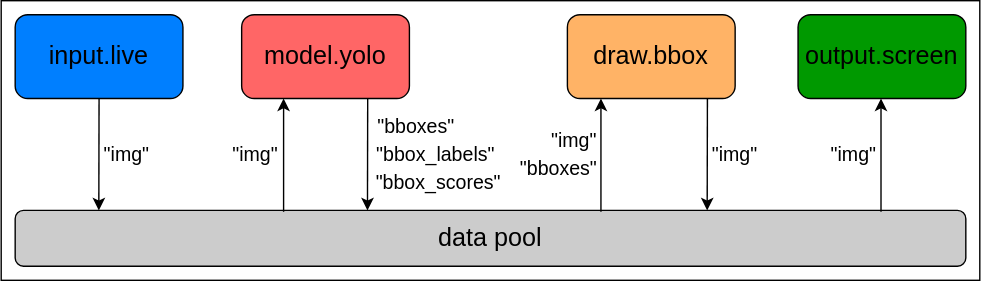
Earlier version of the draw.io export diagrams/yolo_demo.drawio.svg (aisingapore/PeekingDuck). Source tidied: cells renumbered, new cells last; positions are measured from the earlier drawing's top-left corner, leaving out a move shared by most shapes. Source of this version:
```xml
<mxGraphModel>
  <root>
    <mxCell id="0" />
    <mxCell id="1" parent="0" />
    <mxCell id="2" style="whiteSpace=wrap;html=1;" parent="1" vertex="1">
      <mxGeometry width="700" height="200" as="geometry" />
    </mxCell>
    <mxCell id="3" value="&lt;font style=&quot;font-size: 18px&quot;&gt;input.live&lt;/font&gt;" style="rounded=1;whiteSpace=wrap;html=1;fillColor=#007fff;" parent="1" vertex="1">
      <mxGeometry x="10" y="10" width="120" height="60" as="geometry" />
    </mxCell>
    <mxCell id="4" value="&lt;font style=&quot;font-size: 18px&quot;&gt;model.yolo&lt;/font&gt;" style="rounded=1;whiteSpace=wrap;html=1;fillColor=#FF6666;" parent="1" vertex="1">
      <mxGeometry x="172" y="10" width="120" height="60" as="geometry" />
    </mxCell>
    <mxCell id="5" value="&lt;font style=&quot;font-size: 18px&quot;&gt;draw.bbox&lt;/font&gt;" style="rounded=1;whiteSpace=wrap;html=1;fillColor=#ffb366;" parent="1" vertex="1">
      <mxGeometry x="405" y="10" width="120" height="60" as="geometry" />
    </mxCell>
    <mxCell id="6" value="&lt;font style=&quot;font-size: 18px&quot;&gt;data pool&lt;/font&gt;" style="rounded=1;whiteSpace=wrap;html=1;fillColor=#CCCCCC;" parent="1" vertex="1">
      <mxGeometry x="10" y="150" width="680" height="40" as="geometry" />
    </mxCell>
    <mxCell id="7" style="endArrow=classic;html=1;exitX=0.5;exitY=1;exitDx=0;exitDy=0;entryX=0.088;entryY=0;entryDx=0;entryDy=0;entryPerimeter=0;" parent="1" edge="1" source="3" target="6">
      <mxGeometry relative="1" as="geometry" />
    </mxCell>
    <mxCell id="8" style="endArrow=classic;html=1;entryX=0.25;entryY=1;entryDx=0;entryDy=0;" parent="1" edge="1" target="4">
      <mxGeometry relative="1" as="geometry">
        <mxPoint x="202" y="151" as="sourcePoint" />
      </mxGeometry>
    </mxCell>
    <mxCell id="9" style="endArrow=classic;html=1;exitX=0.5;exitY=1;exitDx=0;exitDy=0;entryX=0.088;entryY=0;entryDx=0;entryDy=0;entryPerimeter=0;" parent="1" edge="1">
      <mxGeometry relative="1" as="geometry">
        <mxPoint x="262.2" y="70" as="sourcePoint" />
        <mxPoint x="262" y="150" as="targetPoint" />
      </mxGeometry>
    </mxCell>
    <mxCell id="10" style="endArrow=classic;html=1;entryX=0.25;entryY=1;entryDx=0;entryDy=0;" parent="1" edge="1">
      <mxGeometry relative="1" as="geometry">
        <mxPoint x="429" y="151" as="sourcePoint" />
        <mxPoint x="429" y="70" as="targetPoint" />
      </mxGeometry>
    </mxCell>
    <mxCell id="11" style="endArrow=classic;html=1;exitX=0.5;exitY=1;exitDx=0;exitDy=0;entryX=0.088;entryY=0;entryDx=0;entryDy=0;entryPerimeter=0;" parent="1" edge="1">
      <mxGeometry relative="1" as="geometry">
        <mxPoint x="505.2" y="70" as="sourcePoint" />
        <mxPoint x="505" y="150" as="targetPoint" />
      </mxGeometry>
    </mxCell>
    <mxCell id="12" style="endArrow=classic;html=1;entryX=0.25;entryY=1;entryDx=0;entryDy=0;" parent="1" edge="1">
      <mxGeometry relative="1" as="geometry">
        <mxPoint x="629.3" y="151" as="sourcePoint" />
        <mxPoint x="629.3" y="70" as="targetPoint" />
      </mxGeometry>
    </mxCell>
    <mxCell id="13" value="&lt;font style=&quot;font-size: 14px&quot;&gt;&quot;img&quot;&lt;/font&gt;" style="text;html=1;strokeColor=none;fillColor=none;align=center;verticalAlign=middle;whiteSpace=wrap;rounded=0;" parent="1" vertex="1">
      <mxGeometry x="70" y="100" width="40" height="20" as="geometry" />
    </mxCell>
    <mxCell id="14" value="&lt;font style=&quot;font-size: 14px&quot;&gt;&quot;img&quot;&lt;/font&gt;" style="text;html=1;strokeColor=none;fillColor=none;align=center;verticalAlign=middle;whiteSpace=wrap;rounded=0;" parent="1" vertex="1">
      <mxGeometry x="162" y="100" width="40" height="20" as="geometry" />
    </mxCell>
    <mxCell id="15" value="&lt;font style=&quot;font-size: 14px&quot;&gt;&quot;bboxes&quot;&lt;/font&gt;" style="text;html=1;strokeColor=none;fillColor=none;align=center;verticalAlign=middle;whiteSpace=wrap;rounded=0;" parent="1" vertex="1">
      <mxGeometry x="262" y="80" width="70" height="20" as="geometry" />
    </mxCell>
    <mxCell id="16" value="&lt;font style=&quot;font-size: 14px&quot;&gt;&quot;bbox_labels&quot;&lt;/font&gt;" style="text;html=1;strokeColor=none;fillColor=none;align=center;verticalAlign=middle;whiteSpace=wrap;rounded=0;" parent="1" vertex="1">
      <mxGeometry x="276" y="100" width="70" height="20" as="geometry" />
    </mxCell>
    <mxCell id="17" value="&lt;font style=&quot;font-size: 14px&quot;&gt;&quot;bbox_scores&quot;&lt;/font&gt;" style="text;html=1;strokeColor=none;fillColor=none;align=center;verticalAlign=middle;whiteSpace=wrap;rounded=0;" parent="1" vertex="1">
      <mxGeometry x="278" y="120" width="70" height="20" as="geometry" />
    </mxCell>
    <mxCell id="18" value="&lt;font style=&quot;font-size: 14px&quot;&gt;&quot;img&quot;&lt;/font&gt;" style="text;html=1;strokeColor=none;fillColor=none;align=center;verticalAlign=middle;whiteSpace=wrap;rounded=0;" parent="1" vertex="1">
      <mxGeometry x="390" y="90" width="40" height="20" as="geometry" />
    </mxCell>
    <mxCell id="19" value="&lt;font style=&quot;font-size: 14px&quot;&gt;&quot;bboxes&quot;&lt;/font&gt;" style="text;html=1;strokeColor=none;fillColor=none;align=center;verticalAlign=middle;whiteSpace=wrap;rounded=0;" parent="1" vertex="1">
      <mxGeometry x="364" y="110" width="70" height="20" as="geometry" />
    </mxCell>
    <mxCell id="20" value="&lt;font style=&quot;font-size: 14px&quot;&gt;&quot;img&quot;&lt;/font&gt;" style="text;html=1;strokeColor=none;fillColor=none;align=center;verticalAlign=middle;whiteSpace=wrap;rounded=0;" parent="1" vertex="1">
      <mxGeometry x="505" y="100" width="40" height="20" as="geometry" />
    </mxCell>
    <mxCell id="21" value="&lt;font style=&quot;font-size: 14px&quot;&gt;&quot;img&quot;&lt;/font&gt;" style="text;html=1;strokeColor=none;fillColor=none;align=center;verticalAlign=middle;whiteSpace=wrap;rounded=0;" parent="1" vertex="1">
      <mxGeometry x="590" y="100" width="40" height="20" as="geometry" />
    </mxCell>
    <mxCell id="22" value="&lt;font style=&quot;font-size: 18px&quot;&gt;output.screen&lt;/font&gt;" style="rounded=1;whiteSpace=wrap;html=1;fillColor=#009900;" parent="1" vertex="1">
      <mxGeometry x="570" y="10" width="120" height="60" as="geometry" />
    </mxCell>
  </root>
</mxGraphModel>
```
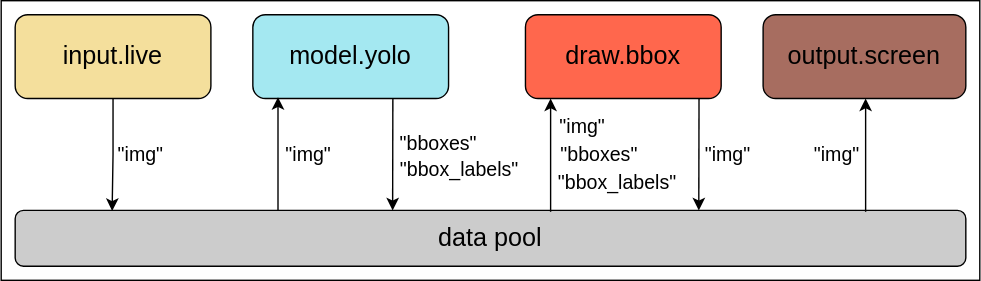
Later version of the same file.

Commit message:
docs(packaging): Changed 'heuristic' nodes to 'dabble' and updated colour scheme of diagrams

Change to the diagram source:
```diff
@@ -5,79 +5,80 @@
     <mxCell id="2" style="whiteSpace=wrap;html=1;" parent="1" vertex="1">
       <mxGeometry width="700" height="200" as="geometry" />
     </mxCell>
+    <mxCell id="7" style="edgeStyle=orthogonalEdgeStyle;rounded=0;jettySize=auto;html=1;exitX=0.5;exitY=1;exitDx=0;exitDy=0;entryX=0.102;entryY=0.009;entryDx=0;entryDy=0;entryPerimeter=0;" parent="1" edge="1" source="3" target="6">
+      <mxGeometry relative="1" as="geometry" />
+    </mxCell>
-    <mxCell id="3" value="&lt;font style=&quot;font-size: 18px&quot;&gt;input.live&lt;/font&gt;" style="rounded=1;whiteSpace=wrap;html=1;fillColor=#007fff;" parent="1" vertex="1">
-      <mxGeometry x="10" y="10" width="120" height="60" as="geometry" />
+    <mxCell id="3" value="&lt;font style=&quot;font-size: 18px&quot;&gt;input.live&lt;/font&gt;" style="rounded=1;whiteSpace=wrap;html=1;fillColor=#F4DF9C;" parent="1" vertex="1">
+      <mxGeometry x="10" y="10" width="140" height="60" as="geometry" />
     </mxCell>
-    <mxCell id="4" value="&lt;font style=&quot;font-size: 18px&quot;&gt;model.yolo&lt;/font&gt;" style="rounded=1;whiteSpace=wrap;html=1;fillColor=#FF6666;" parent="1" vertex="1">
-      <mxGeometry x="172" y="10" width="120" height="60" as="geometry" />
+    <mxCell id="4" value="&lt;font style=&quot;font-size: 18px&quot;&gt;model.yolo&lt;/font&gt;" style="rounded=1;whiteSpace=wrap;html=1;fillColor=#A4E8F1;" parent="1" vertex="1">
+      <mxGeometry x="180" y="10" width="140" height="60" as="geometry" />
     </mxCell>
-    <mxCell id="5" value="&lt;font style=&quot;font-size: 18px&quot;&gt;draw.bbox&lt;/font&gt;" style="rounded=1;whiteSpace=wrap;html=1;fillColor=#ffb366;" parent="1" vertex="1">
-      <mxGeometry x="405" y="10" width="120" height="60" as="geometry" />
+    <mxCell id="5" value="&lt;font style=&quot;font-size: 18px&quot;&gt;draw.bbox&lt;/font&gt;" style="rounded=1;whiteSpace=wrap;html=1;fillColor=#FF674D;" parent="1" vertex="1">
+      <mxGeometry x="375" y="10" width="140" height="60" as="geometry" />
     </mxCell>
     <mxCell id="6" value="&lt;font style=&quot;font-size: 18px&quot;&gt;data pool&lt;/font&gt;" style="rounded=1;whiteSpace=wrap;html=1;fillColor=#CCCCCC;" parent="1" vertex="1">
       <mxGeometry x="10" y="150" width="680" height="40" as="geometry" />
     </mxCell>
-    <mxCell id="7" style="endArrow=classic;html=1;exitX=0.5;exitY=1;exitDx=0;exitDy=0;entryX=0.088;entryY=0;entryDx=0;entryDy=0;entryPerimeter=0;" parent="1" edge="1" source="3" target="6">
-      <mxGeometry relative="1" as="geometry" />
-    </mxCell>
-    <mxCell id="8" style="endArrow=classic;html=1;entryX=0.25;entryY=1;entryDx=0;entryDy=0;" parent="1" edge="1" target="4">
-      <mxGeometry relative="1" as="geometry">
-        <mxPoint x="202" y="151" as="sourcePoint" />
-      </mxGeometry>
-    </mxCell>
-    <mxCell id="9" style="endArrow=classic;html=1;exitX=0.5;exitY=1;exitDx=0;exitDy=0;entryX=0.088;entryY=0;entryDx=0;entryDy=0;entryPerimeter=0;" parent="1" edge="1">
-      <mxGeometry relative="1" as="geometry">
-        <mxPoint x="262.2" y="70" as="sourcePoint" />
-        <mxPoint x="262" y="150" as="targetPoint" />
-      </mxGeometry>
-    </mxCell>
     <mxCell id="10" style="endArrow=classic;html=1;entryX=0.25;entryY=1;entryDx=0;entryDy=0;" parent="1" edge="1">
       <mxGeometry relative="1" as="geometry">
-        <mxPoint x="429" y="151" as="sourcePoint" />
-        <mxPoint x="429" y="70" as="targetPoint" />
+        <mxPoint x="393" y="151" as="sourcePoint" />
+        <mxPoint x="393" y="70" as="targetPoint" />
       </mxGeometry>
     </mxCell>
     <mxCell id="11" style="endArrow=classic;html=1;exitX=0.5;exitY=1;exitDx=0;exitDy=0;entryX=0.088;entryY=0;entryDx=0;entryDy=0;entryPerimeter=0;" parent="1" edge="1">
       <mxGeometry relative="1" as="geometry">
-        <mxPoint x="505.2" y="70" as="sourcePoint" />
-        <mxPoint x="505" y="150" as="targetPoint" />
+        <mxPoint x="499.2" y="70" as="sourcePoint" />
+        <mxPoint x="499" y="150" as="targetPoint" />
       </mxGeometry>
     </mxCell>
     <mxCell id="12" style="endArrow=classic;html=1;entryX=0.25;entryY=1;entryDx=0;entryDy=0;" parent="1" edge="1">
       <mxGeometry relative="1" as="geometry">
-        <mxPoint x="629.3" y="151" as="sourcePoint" />
-        <mxPoint x="629.3" y="70" as="targetPoint" />
+        <mxPoint x="618.3" y="151" as="sourcePoint" />
+        <mxPoint x="618.3" y="70" as="targetPoint" />
       </mxGeometry>
     </mxCell>
     <mxCell id="13" value="&lt;font style=&quot;font-size: 14px&quot;&gt;&quot;img&quot;&lt;/font&gt;" style="text;html=1;strokeColor=none;fillColor=none;align=center;verticalAlign=middle;whiteSpace=wrap;rounded=0;" parent="1" vertex="1">
-      <mxGeometry x="70" y="100" width="40" height="20" as="geometry" />
+      <mxGeometry x="80" y="100" width="40" height="20" as="geometry" />
     </mxCell>
     <mxCell id="14" value="&lt;font style=&quot;font-size: 14px&quot;&gt;&quot;img&quot;&lt;/font&gt;" style="text;html=1;strokeColor=none;fillColor=none;align=center;verticalAlign=middle;whiteSpace=wrap;rounded=0;" parent="1" vertex="1">
-      <mxGeometry x="162" y="100" width="40" height="20" as="geometry" />
+      <mxGeometry x="200" y="100" width="40" height="20" as="geometry" />
     </mxCell>
     <mxCell id="15" value="&lt;font style=&quot;font-size: 14px&quot;&gt;&quot;bboxes&quot;&lt;/font&gt;" style="text;html=1;strokeColor=none;fillColor=none;align=center;verticalAlign=middle;whiteSpace=wrap;rounded=0;" parent="1" vertex="1">
-      <mxGeometry x="262" y="80" width="70" height="20" as="geometry" />
+      <mxGeometry x="278" y="92" width="70" height="20" as="geometry" />
     </mxCell>
     <mxCell id="16" value="&lt;font style=&quot;font-size: 14px&quot;&gt;&quot;bbox_labels&quot;&lt;/font&gt;" style="text;html=1;strokeColor=none;fillColor=none;align=center;verticalAlign=middle;whiteSpace=wrap;rounded=0;" parent="1" vertex="1">
-      <mxGeometry x="276" y="100" width="70" height="20" as="geometry" />
+      <mxGeometry x="293" y="111" width="70" height="20" as="geometry" />
     </mxCell>
-    <mxCell id="17" value="&lt;font style=&quot;font-size: 14px&quot;&gt;&quot;bbox_scores&quot;&lt;/font&gt;" style="text;html=1;strokeColor=none;fillColor=none;align=center;verticalAlign=middle;whiteSpace=wrap;rounded=0;" parent="1" vertex="1">
-      <mxGeometry x="278" y="120" width="70" height="20" as="geometry" />
-    </mxCell>
     <mxCell id="18" value="&lt;font style=&quot;font-size: 14px&quot;&gt;&quot;img&quot;&lt;/font&gt;" style="text;html=1;strokeColor=none;fillColor=none;align=center;verticalAlign=middle;whiteSpace=wrap;rounded=0;" parent="1" vertex="1">
-      <mxGeometry x="390" y="90" width="40" height="20" as="geometry" />
+      <mxGeometry x="396" y="80" width="40" height="20" as="geometry" />
     </mxCell>
     <mxCell id="19" value="&lt;font style=&quot;font-size: 14px&quot;&gt;&quot;bboxes&quot;&lt;/font&gt;" style="text;html=1;strokeColor=none;fillColor=none;align=center;verticalAlign=middle;whiteSpace=wrap;rounded=0;" parent="1" vertex="1">
-      <mxGeometry x="364" y="110" width="70" height="20" as="geometry" />
+      <mxGeometry x="393" y="100" width="70" height="20" as="geometry" />
     </mxCell>
     <mxCell id="20" value="&lt;font style=&quot;font-size: 14px&quot;&gt;&quot;img&quot;&lt;/font&gt;" style="text;html=1;strokeColor=none;fillColor=none;align=center;verticalAlign=middle;whiteSpace=wrap;rounded=0;" parent="1" vertex="1">
-      <mxGeometry x="505" y="100" width="40" height="20" as="geometry" />
+      <mxGeometry x="500" y="100" width="40" height="20" as="geometry" />
     </mxCell>
     <mxCell id="21" value="&lt;font style=&quot;font-size: 14px&quot;&gt;&quot;img&quot;&lt;/font&gt;" style="text;html=1;strokeColor=none;fillColor=none;align=center;verticalAlign=middle;whiteSpace=wrap;rounded=0;" parent="1" vertex="1">
-      <mxGeometry x="590" y="100" width="40" height="20" as="geometry" />
+      <mxGeometry x="578" y="100" width="40" height="20" as="geometry" />
     </mxCell>
-    <mxCell id="22" value="&lt;font style=&quot;font-size: 18px&quot;&gt;output.screen&lt;/font&gt;" style="rounded=1;whiteSpace=wrap;html=1;fillColor=#009900;" parent="1" vertex="1">
-      <mxGeometry x="570" y="10" width="120" height="60" as="geometry" />
+    <mxCell id="22" value="&lt;font style=&quot;font-size: 18px&quot;&gt;output.screen&lt;/font&gt;" style="rounded=1;whiteSpace=wrap;html=1;fillColor=#A76D60;" parent="1" vertex="1">
+      <mxGeometry x="545" y="10" width="145" height="60" as="geometry" />
     </mxCell>
+    <mxCell id="23" value="&lt;font style=&quot;font-size: 14px&quot;&gt;&quot;bbox_labels&quot;&lt;/font&gt;" style="text;html=1;strokeColor=none;fillColor=none;align=center;verticalAlign=middle;whiteSpace=wrap;rounded=0;" parent="1" vertex="1">
+      <mxGeometry x="406" y="120" width="70" height="20" as="geometry" />
+    </mxCell>
+    <mxCell id="24" style="endArrow=classic;html=1;entryX=0.25;entryY=1;entryDx=0;entryDy=0;" parent="1" edge="1">
+      <mxGeometry relative="1" as="geometry">
+        <mxPoint x="198" y="150" as="sourcePoint" />
+        <mxPoint x="198" y="69" as="targetPoint" />
+      </mxGeometry>
+    </mxCell>
+    <mxCell id="25" style="endArrow=classic;html=1;exitX=0.5;exitY=1;exitDx=0;exitDy=0;entryX=0.088;entryY=0;entryDx=0;entryDy=0;entryPerimeter=0;" parent="1" edge="1">
+      <mxGeometry relative="1" as="geometry">
+        <mxPoint x="280.2" y="70" as="sourcePoint" />
+        <mxPoint x="280" y="150" as="targetPoint" />
+      </mxGeometry>
+    </mxCell>
   </root>
 </mxGraphModel>
```
